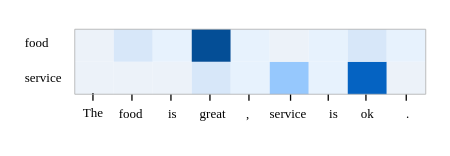
The draw.io diagram SemGCNAnalysis-c.drawio in zhaicao/images, before the edit. Source tidied: cells renumbered, new cells numbered last; positions are measured from the earlier drawing's top-left corner, leaving out a move shared by most shapes. Both pictures are drawn from the tidied source at 130%, with x=0, y=0 at pixel (22, 22).
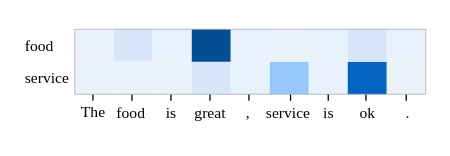
Above is the later version.

Change to the diagram source:
```diff
@@
-    <mxCell id="2" value="service" style="text;html=1;align=left;verticalAlign=middle;strokeColor=none;fillColor=none;fontSize=10;fontFamily=Times New Roman;" parent="1" vertex="1">
-      <mxGeometry y="27" width="50" height="30" as="geometry" />
-    </mxCell>
-    <mxCell id="3" value="food" style="text;html=1;align=left;verticalAlign=middle;strokeColor=none;fillColor=none;fontSize=10;fontFamily=Times New Roman;" parent="1" vertex="1">
-      <mxGeometry y="-0.5" width="40" height="30" as="geometry" />
-    </mxCell>
+    <mxCell id="40" value="&lt;font style=&quot;font-size: 12px;&quot;&gt;The&lt;/font&gt;" style="text;html=1;align=center;verticalAlign=middle;points=[];strokeColor=none;fillColor=none;fontSize=12;fontFamily=Times New Roman;" parent="1" vertex="1">
+      <mxGeometry x="34" y="54" width="40" height="30" as="geometry" />
+    </mxCell>
+    <mxCell id="45" value="service" style="text;html=1;align=left;verticalAlign=middle;strokeColor=none;fillColor=none;fontSize=12;fontFamily=Times New Roman;" parent="1" vertex="1">
+      <mxGeometry y="28" width="60" height="30" as="geometry" />
+    </mxCell>
+    <mxCell id="46" value="food" style="text;html=1;align=left;verticalAlign=middle;strokeColor=none;fillColor=none;fontSize=12;fontFamily=Times New Roman;" parent="1" vertex="1">
+      <mxGeometry y="2.5" width="50" height="30" as="geometry" />
+    </mxCell>
@@
-    <mxCell id="13" value="&lt;font style=&quot;font-size: 10px;&quot;&gt;food&lt;/font&gt;" style="text;html=1;align=center;verticalAlign=middle;strokeColor=none;fillColor=none;fontSize=10;fontFamily=Times New Roman;" parent="1" vertex="1">
-      <mxGeometry x="63" y="55" width="40" height="30" as="geometry" />
-    </mxCell>
-    <mxCell id="14" value="&lt;font style=&quot;font-size: 10px;&quot;&gt;is&lt;/font&gt;" style="text;html=1;align=center;verticalAlign=middle;strokeColor=none;fillColor=none;fontSize=10;fontFamily=Times New Roman;" parent="1" vertex="1">
-      <mxGeometry x="100" y="55" width="30" height="30" as="geometry" />
-    </mxCell>
+    <mxCell id="47" value="&lt;font style=&quot;font-size: 12px;&quot;&gt;food&lt;/font&gt;" style="text;html=1;align=center;verticalAlign=middle;strokeColor=none;fillColor=none;fontSize=12;fontFamily=Times New Roman;" parent="1" vertex="1">
+      <mxGeometry x="58" y="55" width="50" height="30" as="geometry" />
+    </mxCell>
+    <mxCell id="48" value="&lt;font style=&quot;font-size: 12px;&quot;&gt;is&lt;/font&gt;" style="text;html=1;align=center;verticalAlign=middle;strokeColor=none;fillColor=none;fontSize=12;fontFamily=Times New Roman;" parent="1" vertex="1">
+      <mxGeometry x="99" y="55" width="30" height="30" as="geometry" />
+    </mxCell>
-    <mxCell id="15" value="&lt;font style=&quot;font-size: 10px;&quot;&gt;great&lt;/font&gt;" style="text;html=1;align=center;verticalAlign=middle;strokeColor=none;fillColor=none;fontSize=10;fontFamily=Times New Roman;" parent="1" vertex="1">
-      <mxGeometry x="126" y="55" width="40" height="30" as="geometry" />
+    <mxCell id="15" value="&lt;font style=&quot;font-size: 12px;&quot;&gt;great&lt;/font&gt;" style="text;html=1;align=center;verticalAlign=middle;strokeColor=none;fillColor=none;fontSize=12;fontFamily=Times New Roman;" parent="1" vertex="1">
+      <mxGeometry x="119" y="55" width="50" height="30" as="geometry" />
     </mxCell>
-    <mxCell id="16" value="&lt;font style=&quot;font-size: 10px;&quot;&gt;,&lt;/font&gt;" style="text;html=1;align=center;verticalAlign=middle;strokeColor=none;fillColor=none;fontSize=10;fontFamily=Times New Roman;" parent="1" vertex="1">
+    <mxCell id="16" value="&lt;font style=&quot;font-size: 12px;&quot;&gt;,&lt;/font&gt;" style="text;html=1;align=center;verticalAlign=middle;strokeColor=none;fillColor=none;fontSize=12;fontFamily=Times New Roman;" parent="1" vertex="1">
       <mxGeometry x="158" y="55" width="30" height="30" as="geometry" />
     </mxCell>
-    <mxCell id="17" value="&lt;font style=&quot;font-size: 10px;&quot;&gt;service&lt;/font&gt;" style="text;html=1;align=center;verticalAlign=middle;strokeColor=none;fillColor=none;fontSize=10;fontFamily=Times New Roman;" parent="1" vertex="1">
-      <mxGeometry x="179" y="55" width="50" height="30" as="geometry" />
-    </mxCell>
-    <mxCell id="18" value="&lt;span style=&quot;font-size: 10px;&quot;&gt;is&lt;/span&gt;" style="text;html=1;align=center;verticalAlign=middle;strokeColor=none;fillColor=none;fontSize=10;fontFamily=Times New Roman;" parent="1" vertex="1">
-      <mxGeometry x="224" y="55" width="30" height="30" as="geometry" />
-    </mxCell>
+    <mxCell id="49" value="&lt;font style=&quot;font-size: 12px;&quot;&gt;service&lt;/font&gt;" style="text;html=1;align=center;verticalAlign=middle;strokeColor=none;fillColor=none;fontSize=12;fontFamily=Times New Roman;" parent="1" vertex="1">
+      <mxGeometry x="174" y="55" width="60" height="30" as="geometry" />
+    </mxCell>
+    <mxCell id="50" value="&lt;span style=&quot;font-size: 12px;&quot;&gt;is&lt;/span&gt;" style="text;html=1;align=center;verticalAlign=middle;strokeColor=none;fillColor=none;fontSize=12;fontFamily=Times New Roman;" parent="1" vertex="1">
+      <mxGeometry x="220" y="55" width="30" height="30" as="geometry" />
+    </mxCell>
-    <mxCell id="19" value="&lt;span style=&quot;font-size: 10px;&quot;&gt;ok&lt;/span&gt;" style="text;html=1;align=center;verticalAlign=middle;strokeColor=none;fillColor=none;fontSize=10;fontFamily=Times New Roman;" parent="1" vertex="1">
-      <mxGeometry x="250" y="55" width="30" height="30" as="geometry" />
+    <mxCell id="19" value="&lt;span style=&quot;font-size: 12px;&quot;&gt;ok&lt;/span&gt;" style="text;html=1;align=center;verticalAlign=middle;strokeColor=none;fillColor=none;fontSize=12;fontFamily=Times New Roman;" parent="1" vertex="1">
+      <mxGeometry x="245" y="55" width="40" height="30" as="geometry" />
     </mxCell>
-    <mxCell id="20" value="&lt;span style=&quot;font-size: 10px;&quot;&gt;.&lt;/span&gt;" style="text;html=1;align=center;verticalAlign=middle;strokeColor=none;fillColor=none;fontSize=10;fontFamily=Times New Roman;fontStyle=0;" parent="1" vertex="1">
+    <mxCell id="20" value="&lt;span style=&quot;font-size: 12px;&quot;&gt;.&lt;/span&gt;" style="text;html=1;align=center;verticalAlign=middle;strokeColor=none;fillColor=none;fontSize=12;fontFamily=Times New Roman;fontStyle=0;" parent="1" vertex="1">
       <mxGeometry x="281" y="55" width="30" height="30" as="geometry" />
     </mxCell>
-    <mxCell id="21" style="endArrow=none;html=1;rounded=0;fontFamily=Times New Roman;fontSize=11;strokeColor=none;" parent="1" edge="1" source="40">
-      <mxGeometry relative="1" as="geometry">
-        <mxPoint x="54" y="55" as="targetPoint" />
-      </mxGeometry>
-    </mxCell>
-    <mxCell id="22" style="endArrow=none;html=1;rounded=0;fontFamily=Times New Roman;fontSize=11;" parent="1" edge="1">
-      <mxGeometry relative="1" as="geometry">
-        <mxPoint x="84" y="60" as="sourcePoint" />
-        <mxPoint x="84" y="55" as="targetPoint" />
-      </mxGeometry>
-    </mxCell>
-    <mxCell id="23" style="endArrow=none;html=1;rounded=0;fontFamily=Times New Roman;fontSize=11;" parent="1" edge="1">
-      <mxGeometry relative="1" as="geometry">
-        <mxPoint x="114" y="60" as="sourcePoint" />
-        <mxPoint x="114" y="55" as="targetPoint" />
-      </mxGeometry>
-    </mxCell>
-    <mxCell id="24" style="endArrow=none;html=1;rounded=0;fontFamily=Times New Roman;fontSize=11;" parent="1" edge="1">
-      <mxGeometry relative="1" as="geometry">
-        <mxPoint x="144" y="60" as="sourcePoint" />
-        <mxPoint x="144" y="55" as="targetPoint" />
-      </mxGeometry>
-    </mxCell>
-    <mxCell id="25" style="endArrow=none;html=1;rounded=0;fontFamily=Times New Roman;fontSize=11;" parent="1" edge="1">
-      <mxGeometry relative="1" as="geometry">
-        <mxPoint x="174" y="60" as="sourcePoint" />
-        <mxPoint x="174" y="55" as="targetPoint" />
-      </mxGeometry>
-    </mxCell>
-    <mxCell id="26" style="endArrow=none;html=1;rounded=0;fontFamily=Times New Roman;fontSize=11;" parent="1" edge="1">
-      <mxGeometry relative="1" as="geometry">
-        <mxPoint x="206" y="60" as="sourcePoint" />
-        <mxPoint x="206" y="55" as="targetPoint" />
-      </mxGeometry>
-    </mxCell>
-    <mxCell id="27" style="endArrow=none;html=1;rounded=0;fontFamily=Times New Roman;fontSize=11;" parent="1" edge="1">
-      <mxGeometry relative="1" as="geometry">
-        <mxPoint x="235" y="60" as="sourcePoint" />
-        <mxPoint x="235" y="55" as="targetPoint" />
-      </mxGeometry>
-    </mxCell>
-    <mxCell id="28" style="endArrow=none;html=1;rounded=0;fontFamily=Times New Roman;fontSize=11;" parent="1" edge="1">
-      <mxGeometry relative="1" as="geometry">
-        <mxPoint x="264" y="60" as="sourcePoint" />
-        <mxPoint x="264" y="55" as="targetPoint" />
-      </mxGeometry>
-    </mxCell>
-    <mxCell id="29" style="endArrow=none;html=1;rounded=0;fontFamily=Times New Roman;fontSize=11;" parent="1" edge="1">
-      <mxGeometry relative="1" as="geometry">
-        <mxPoint x="295" y="60" as="sourcePoint" />
-        <mxPoint x="295" y="55" as="targetPoint" />
-      </mxGeometry>
-    </mxCell>
+    <mxCell id="51" style="endArrow=none;html=1;rounded=0;fontFamily=Times New Roman;fontSize=11;strokeColor=none;" parent="1" edge="1" source="40">
+      <mxGeometry relative="1" as="geometry">
+        <mxPoint x="54" y="55" as="targetPoint" />
+      </mxGeometry>
+    </mxCell>
+    <mxCell id="52" style="endArrow=none;html=1;rounded=0;fontFamily=Times New Roman;fontSize=11;" parent="1" edge="1">
+      <mxGeometry relative="1" as="geometry">
+        <mxPoint x="84" y="60" as="sourcePoint" />
+        <mxPoint x="84" y="55" as="targetPoint" />
+      </mxGeometry>
+    </mxCell>
+    <mxCell id="53" style="endArrow=none;html=1;rounded=0;fontFamily=Times New Roman;fontSize=11;" parent="1" edge="1">
+      <mxGeometry relative="1" as="geometry">
+        <mxPoint x="114" y="60" as="sourcePoint" />
+        <mxPoint x="114" y="55" as="targetPoint" />
+      </mxGeometry>
+    </mxCell>
+    <mxCell id="54" style="endArrow=none;html=1;rounded=0;fontFamily=Times New Roman;fontSize=11;" parent="1" edge="1">
+      <mxGeometry relative="1" as="geometry">
+        <mxPoint x="144" y="60" as="sourcePoint" />
+        <mxPoint x="144" y="55" as="targetPoint" />
+      </mxGeometry>
+    </mxCell>
+    <mxCell id="55" style="endArrow=none;html=1;rounded=0;fontFamily=Times New Roman;fontSize=11;" parent="1" edge="1">
+      <mxGeometry relative="1" as="geometry">
+        <mxPoint x="174" y="60" as="sourcePoint" />
+        <mxPoint x="174" y="55" as="targetPoint" />
+      </mxGeometry>
+    </mxCell>
+    <mxCell id="56" style="endArrow=none;html=1;rounded=0;fontFamily=Times New Roman;fontSize=11;" parent="1" edge="1">
+      <mxGeometry relative="1" as="geometry">
+        <mxPoint x="206" y="60" as="sourcePoint" />
+        <mxPoint x="206" y="55" as="targetPoint" />
+      </mxGeometry>
+    </mxCell>
+    <mxCell id="57" style="endArrow=none;html=1;rounded=0;fontFamily=Times New Roman;fontSize=11;" parent="1" edge="1">
+      <mxGeometry relative="1" as="geometry">
+        <mxPoint x="235" y="60" as="sourcePoint" />
+        <mxPoint x="235" y="55" as="targetPoint" />
+      </mxGeometry>
+    </mxCell>
+    <mxCell id="58" style="endArrow=none;html=1;rounded=0;fontFamily=Times New Roman;fontSize=11;" parent="1" edge="1">
+      <mxGeometry relative="1" as="geometry">
+        <mxPoint x="264" y="60" as="sourcePoint" />
+        <mxPoint x="264" y="55" as="targetPoint" />
+      </mxGeometry>
+    </mxCell>
+    <mxCell id="59" style="endArrow=none;html=1;rounded=0;fontFamily=Times New Roman;fontSize=11;" parent="1" edge="1">
+      <mxGeometry relative="1" as="geometry">
+        <mxPoint x="295" y="60" as="sourcePoint" />
+        <mxPoint x="295" y="55" as="targetPoint" />
+      </mxGeometry>
+    </mxCell>
@@
-    <mxCell id="39" style="endArrow=none;html=1;rounded=0;fontFamily=Times New Roman;fontSize=11;" parent="1" edge="1" target="40">
-      <mxGeometry relative="1" as="geometry">
-        <mxPoint x="54" y="60" as="sourcePoint" />
-      </mxGeometry>
-    </mxCell>
-    <mxCell id="40" value="&lt;font style=&quot;font-size: 10px;&quot;&gt;The&lt;/font&gt;" style="text;html=1;align=center;verticalAlign=middle;points=[];strokeColor=none;fillColor=none;fontSize=10;fontFamily=Times New Roman;" parent="1" vertex="1">
-      <mxGeometry x="34" y="54" width="40" height="30" as="geometry" />
-    </mxCell>
@@
+    <mxCell id="60" style="endArrow=none;html=1;rounded=0;fontFamily=Times New Roman;fontSize=11;" parent="1" edge="1">
+      <mxGeometry relative="1" as="geometry">
+        <mxPoint x="54" y="60" as="sourcePoint" />
+        <mxPoint x="54" y="55" as="targetPoint" />
+      </mxGeometry>
+    </mxCell>
```
